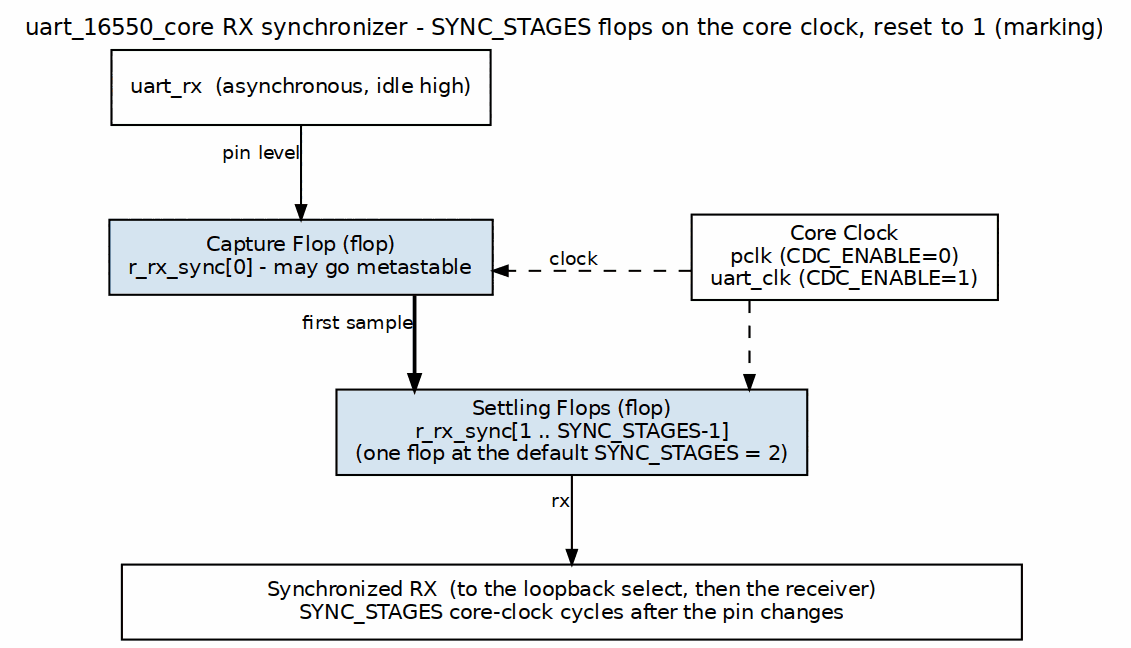
The Graphviz diagram projects/components/legacy-ip/retro_legacy_blocks/docs/uart_16550_mas/assets/graphviz/uart_rx_sync.png in sean-galloway/RTLDesignSherpa, before a commit. Its source is kept beside it as projects/components/legacy-ip/retro_legacy_blocks/docs/uart_16550_mas/assets/graphviz/uart_rx_sync.dot.
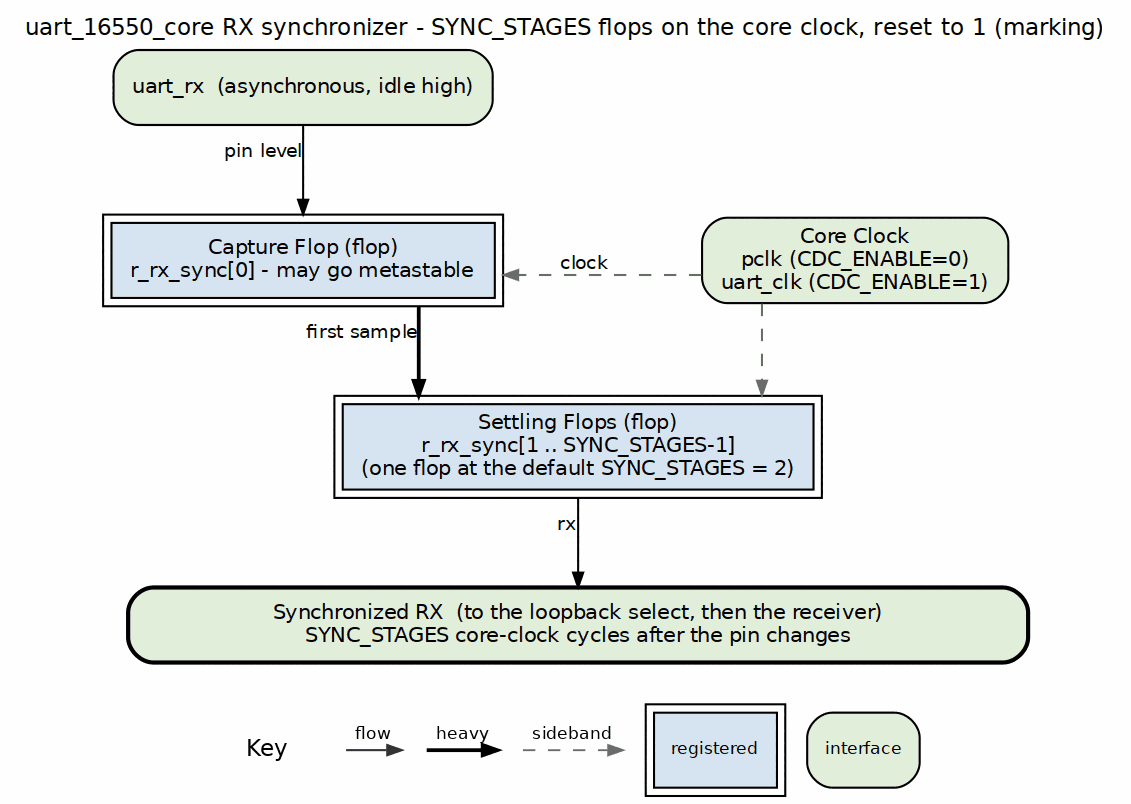
Later version of the same file.

What changed in the source:
```diff
@@ -3,18 +3,18 @@
            nodesep="0.45", ranksep="0.60", splines=ortho, newrank=true,
            label="uart_16550_core RX synchronizer - SYNC_STAGES flops on the core clock, reset to 1 (marking)", labelloc=t, labeljust=c];
     node  [fontname="Helvetica", fontsize=10, shape=box, style=filled,
-           fillcolor="#D6E4F0", color="black", margin="0.12,0.06"];
+           fillcolor="white", color="black", margin="0.12,0.06"];
     edge  [fontname="Helvetica", fontsize=9, color="black", arrowsize=0.7];
-    pin [label="uart_rx  (asynchronous, idle high)", fillcolor="white"];
-    ff1 [label="Capture Flop (flop)\nr_rx_sync[0] - may go metastable"];
-    ffn [label="Settling Flops (flop)\nr_rx_sync[1 .. SYNC_STAGES-1]\n(one flop at the default SYNC_STAGES = 2)"];
-    clk [label="Core Clock\npclk (CDC_ENABLE=0)\nuart_clk (CDC_ENABLE=1)", fillcolor="white"];
-    bar [label="Synchronized RX  (to the loopback select, then the receiver)\nSYNC_STAGES core-clock cycles after the pin changes", fillcolor="white", width=6.0];
+    pin [label="uart_rx  (asynchronous, idle high)", fillcolor="white", style="rounded,filled", fillcolor="#E2EFDA"];
+    ff1 [label="Capture Flop (flop)\nr_rx_sync[0] - may go metastable", peripheries=2, style="filled", fillcolor="#D6E4F0"];
+    ffn [label="Settling Flops (flop)\nr_rx_sync[1 .. SYNC_STAGES-1]\n(one flop at the default SYNC_STAGES = 2)", peripheries=2, style="filled", fillcolor="#D6E4F0"];
+    clk [label="Core Clock\npclk (CDC_ENABLE=0)\nuart_clk (CDC_ENABLE=1)", fillcolor="white", style="rounded,filled", fillcolor="#E2EFDA"];
+    bar [label="Synchronized RX  (to the loopback select, then the receiver)\nSYNC_STAGES core-clock cycles after the pin changes", fillcolor="white", width=6.0, style="rounded,filled,bold", fillcolor="#E2EFDA"];
     pin -> ff1 [xlabel="pin level"];
     ff1 -> ffn [penwidth=1.8, xlabel="first sample"];
     ffn -> bar [xlabel="rx"];
-    clk -> ff1 [style=dashed, xlabel="clock"];
-    clk -> ffn [style=dashed];
+    clk -> ff1 [style=dashed, color="#777777", xlabel="clock"];
+    clk -> ffn [style=dashed, color="#777777"];
     { rank=same; ff1; clk; }
     ff1 -> clk [style=invis, minlen=3];
 }
```
